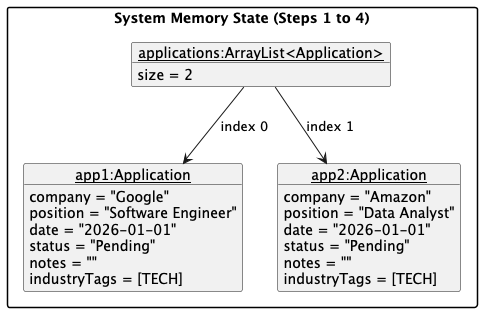
This is docs/diagrams/delete/step14.png from Aswin-RajeshKumar/tp, a PlantUML export, as it was before one commit.
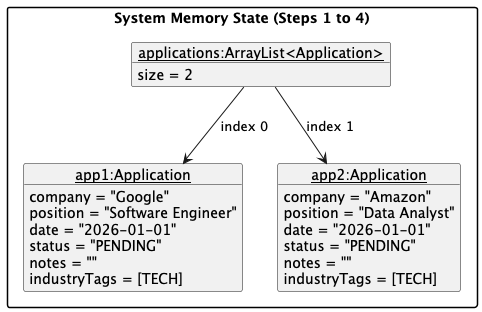
Above is the later version.

The edit, as a diff of the source:
```diff
@@ -11,7 +11,7 @@
         company = "Google"
         position = "Software Engineer"
         date = "2026-01-01"
-        status = "Pending"
+        status = "PENDING"
         notes = ""
         industryTags = [TECH]
     }
@@ -20,7 +20,7 @@
         company = "Amazon"
         position = "Data Analyst"
         date = "2026-01-01"
-        status = "Pending"
+        status = "PENDING"
         notes = ""
         industryTags = [TECH]
     }
```
